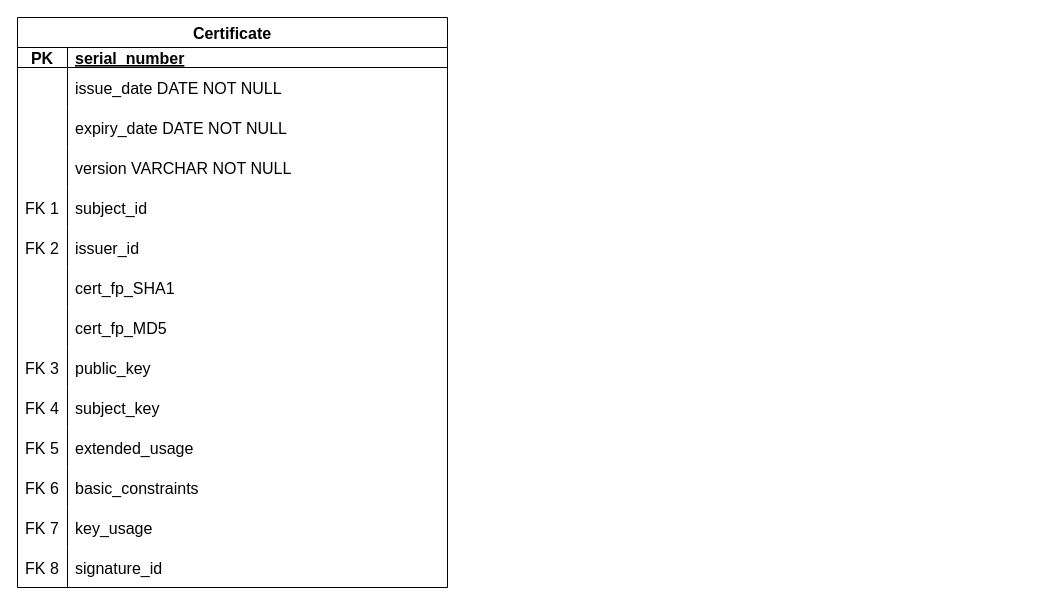
Above: Untitled Diagram.drawio in mimoneysh/DB_Design (draw.io), before the change. Source tidied: cells renumbered, new cells numbered last; positions are measured from the earlier drawing's top-left corner, leaving out a move shared by most shapes. Both pictures are drawn from the tidied source at 100%, with x=0, y=0 at pixel (17, 17).
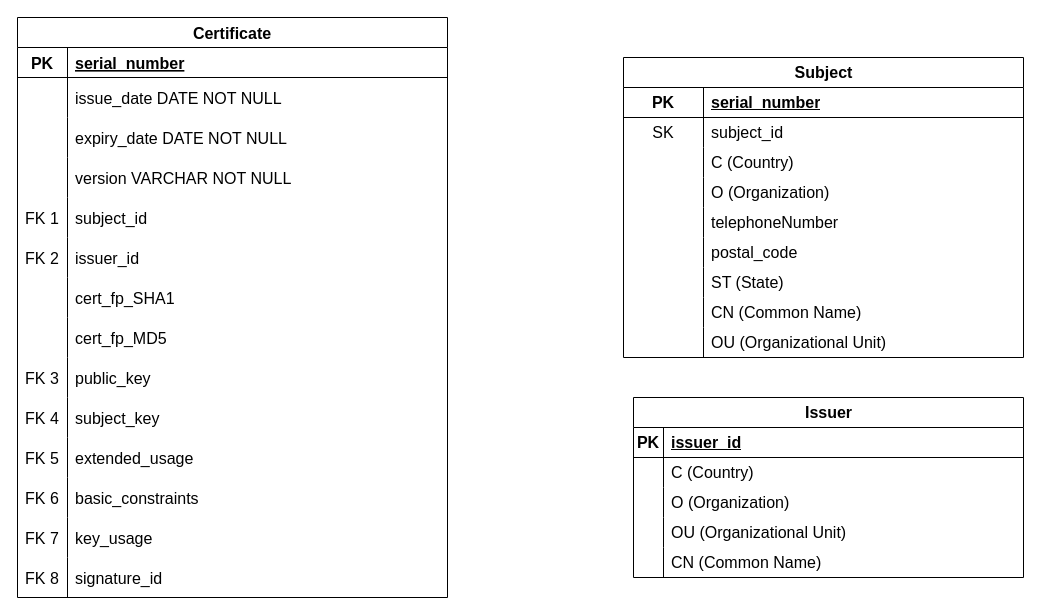
The same diagram, later.

Diff of the diagram source:
```diff
@@
     <mxCell id="2" value="Certificate" style="shape=table;startSize=30;childLayout=tableLayout;rowLines=0;fontStyle=1;align=center;fillColor=none;strokeColor=#000000;fontSize=16;" parent="1" vertex="1">
-      <mxGeometry width="430" height="570" as="geometry" />
+      <mxGeometry width="430" height="580" as="geometry" />
     </mxCell>
     <mxCell id="3" style="shape=partialRectangle;fillColor=none;top=0;left=0;right=0;bottom=1;fontSize=16;" parent="2" vertex="1">
-      <mxGeometry y="30" width="430" height="20" as="geometry" />
+      <mxGeometry y="30" width="430" height="30" as="geometry" />
     </mxCell>
     <mxCell id="4" value="PK" style="shape=partialRectangle;overflow=hidden;fillColor=none;top=0;left=0;bottom=0;right=0;fontStyle=1;fontSize=16;" parent="3" vertex="1">
-      <mxGeometry width="50" height="20" as="geometry" />
+      <mxGeometry width="50" height="30" as="geometry" />
     </mxCell>
     <mxCell id="5" value="serial_number" style="shape=partialRectangle;overflow=hidden;fillColor=none;top=0;left=0;bottom=0;right=0;align=left;spacingLeft=6;fontStyle=5;fontSize=16;" parent="3" vertex="1">
-      <mxGeometry x="50" width="380" height="20" as="geometry" />
+      <mxGeometry x="50" width="380" height="30" as="geometry" />
     </mxCell>
     <mxCell id="6" style="shape=partialRectangle;fillColor=none;top=0;left=0;right=0;bottom=0;fontSize=16;" parent="2" vertex="1">
-      <mxGeometry y="50" width="430" height="40" as="geometry" />
+      <mxGeometry y="60" width="430" height="40" as="geometry" />
     </mxCell>
@@
     <mxCell id="9" style="shape=partialRectangle;fillColor=none;top=0;left=0;right=0;bottom=0;fontSize=16;" parent="2" vertex="1">
-      <mxGeometry y="90" width="430" height="40" as="geometry" />
+      <mxGeometry y="100" width="430" height="40" as="geometry" />
     </mxCell>
@@
     <mxCell id="12" style="shape=partialRectangle;fillColor=none;top=0;left=0;right=0;bottom=0;fontSize=16;" parent="2" vertex="1">
-      <mxGeometry y="130" width="430" height="40" as="geometry" />
+      <mxGeometry y="140" width="430" height="40" as="geometry" />
     </mxCell>
@@
     <mxCell id="15" style="shape=partialRectangle;fillColor=none;top=0;left=0;right=0;bottom=0;fontSize=16;" parent="2" vertex="1">
-      <mxGeometry y="170" width="430" height="40" as="geometry" />
+      <mxGeometry y="180" width="430" height="40" as="geometry" />
     </mxCell>
@@
     <mxCell id="18" style="shape=partialRectangle;fillColor=none;top=0;left=0;right=0;bottom=0;fontSize=16;" parent="2" vertex="1">
-      <mxGeometry y="210" width="430" height="40" as="geometry" />
+      <mxGeometry y="220" width="430" height="40" as="geometry" />
     </mxCell>
@@
     <mxCell id="21" style="shape=partialRectangle;fillColor=none;top=0;left=0;right=0;bottom=0;fontSize=16;" parent="2" vertex="1">
-      <mxGeometry y="250" width="430" height="40" as="geometry" />
+      <mxGeometry y="260" width="430" height="40" as="geometry" />
     </mxCell>
@@
     <mxCell id="24" style="shape=partialRectangle;fillColor=none;top=0;left=0;right=0;bottom=0;fontSize=16;" parent="2" vertex="1">
-      <mxGeometry y="290" width="430" height="40" as="geometry" />
+      <mxGeometry y="300" width="430" height="40" as="geometry" />
     </mxCell>
@@
     <mxCell id="27" style="shape=partialRectangle;fillColor=none;top=0;left=0;right=0;bottom=0;fontSize=16;" parent="2" vertex="1">
-      <mxGeometry y="330" width="430" height="40" as="geometry" />
+      <mxGeometry y="340" width="430" height="40" as="geometry" />
     </mxCell>
@@
     <mxCell id="30" style="shape=partialRectangle;fillColor=none;top=0;left=0;right=0;bottom=0;fontSize=16;" parent="2" vertex="1">
-      <mxGeometry y="370" width="430" height="40" as="geometry" />
+      <mxGeometry y="380" width="430" height="40" as="geometry" />
     </mxCell>
@@
     <mxCell id="33" style="shape=partialRectangle;fillColor=none;top=0;left=0;right=0;bottom=0;fontSize=16;" parent="2" vertex="1">
-      <mxGeometry y="410" width="430" height="40" as="geometry" />
+      <mxGeometry y="420" width="430" height="40" as="geometry" />
     </mxCell>
@@
     <mxCell id="36" style="shape=partialRectangle;fillColor=none;top=0;left=0;right=0;bottom=0;fontSize=16;" parent="2" vertex="1">
-      <mxGeometry y="450" width="430" height="40" as="geometry" />
+      <mxGeometry y="460" width="430" height="40" as="geometry" />
     </mxCell>
@@
     <mxCell id="39" style="shape=partialRectangle;fillColor=none;top=0;left=0;right=0;bottom=0;fontSize=16;" parent="2" vertex="1">
-      <mxGeometry y="490" width="430" height="40" as="geometry" />
+      <mxGeometry y="500" width="430" height="40" as="geometry" />
     </mxCell>
@@
     <mxCell id="42" style="shape=partialRectangle;fillColor=none;top=0;left=0;right=0;bottom=0;fontSize=16;" parent="2" vertex="1">
-      <mxGeometry y="530" width="430" height="40" as="geometry" />
+      <mxGeometry y="540" width="430" height="40" as="geometry" />
     </mxCell>
@@
+    <mxCell id="45" value="Subject" style="shape=table;startSize=30;childLayout=tableLayout;rowLines=0;fontStyle=1;align=center;html=1;fontSize=16;" parent="1" vertex="1">
+      <mxGeometry x="606" y="40" width="400" height="300" as="geometry" />
+    </mxCell>
+    <mxCell id="46" style="shape=tableRow;horizontal=0;startSize=0;swimlaneHead=0;swimlaneBody=0;fillColor=none;top=0;left=0;right=0;bottom=1;fontSize=16;" parent="45" vertex="1">
+      <mxGeometry y="30" width="400" height="30" as="geometry" />
+    </mxCell>
+    <mxCell id="47" value="PK" style="shape=partialRectangle;fillColor=none;top=0;left=0;bottom=0;right=0;fontStyle=1;overflow=hidden;whiteSpace=wrap;html=1;fontSize=16;" parent="46" vertex="1">
+      <mxGeometry width="80" height="30" as="geometry" />
+    </mxCell>
+    <mxCell id="48" value="serial_number" style="shape=partialRectangle;fillColor=none;top=0;left=0;bottom=0;right=0;align=left;spacingLeft=6;fontStyle=5;overflow=hidden;whiteSpace=wrap;html=1;fontSize=16;" parent="46" vertex="1">
+      <mxGeometry x="80" width="320" height="30" as="geometry" />
+    </mxCell>
+    <mxCell id="49" style="shape=tableRow;horizontal=0;startSize=0;swimlaneHead=0;swimlaneBody=0;fillColor=none;top=0;left=0;right=0;bottom=0;fontSize=16;" parent="45" vertex="1">
+      <mxGeometry y="60" width="400" height="30" as="geometry" />
+    </mxCell>
+    <mxCell id="50" value="SK" style="shape=partialRectangle;fillColor=none;top=0;left=0;bottom=0;right=0;overflow=hidden;whiteSpace=wrap;html=1;fontSize=16;" parent="49" vertex="1">
+      <mxGeometry width="80" height="30" as="geometry" />
+    </mxCell>
+    <mxCell id="51" value="subject_id" style="shape=partialRectangle;fillColor=none;top=0;left=0;bottom=0;right=0;align=left;spacingLeft=6;overflow=hidden;whiteSpace=wrap;html=1;fontSize=16;" parent="49" vertex="1">
+      <mxGeometry x="80" width="320" height="30" as="geometry" />
+    </mxCell>
+    <mxCell id="52" style="shape=tableRow;horizontal=0;startSize=0;swimlaneHead=0;swimlaneBody=0;fillColor=none;top=0;left=0;right=0;bottom=0;fontSize=16;" parent="45" vertex="1">
+      <mxGeometry y="90" width="400" height="30" as="geometry" />
+    </mxCell>
+    <mxCell id="53" style="shape=partialRectangle;fillColor=none;top=0;left=0;bottom=0;right=0;overflow=hidden;whiteSpace=wrap;html=1;fontSize=16;" parent="52" vertex="1">
+      <mxGeometry width="80" height="30" as="geometry" />
+    </mxCell>
+    <mxCell id="54" value="C (Country)" style="shape=partialRectangle;fillColor=none;top=0;left=0;bottom=0;right=0;align=left;spacingLeft=6;overflow=hidden;whiteSpace=wrap;html=1;fontSize=16;" parent="52" vertex="1">
+      <mxGeometry x="80" width="320" height="30" as="geometry" />
+    </mxCell>
+    <mxCell id="55" style="shape=tableRow;horizontal=0;startSize=0;swimlaneHead=0;swimlaneBody=0;fillColor=none;top=0;left=0;right=0;bottom=0;fontSize=16;" parent="45" vertex="1">
+      <mxGeometry y="120" width="400" height="30" as="geometry" />
+    </mxCell>
+    <mxCell id="56" style="shape=partialRectangle;fillColor=none;top=0;left=0;bottom=0;right=0;overflow=hidden;whiteSpace=wrap;html=1;fontSize=16;" parent="55" vertex="1">
+      <mxGeometry width="80" height="30" as="geometry" />
+    </mxCell>
+    <mxCell id="57" value="O (Organization)" style="shape=partialRectangle;fillColor=none;top=0;left=0;bottom=0;right=0;align=left;spacingLeft=6;overflow=hidden;whiteSpace=wrap;html=1;fontSize=16;" parent="55" vertex="1">
+      <mxGeometry x="80" width="320" height="30" as="geometry" />
+    </mxCell>
+    <mxCell id="58" style="shape=tableRow;horizontal=0;startSize=0;swimlaneHead=0;swimlaneBody=0;fillColor=none;top=0;left=0;right=0;bottom=0;fontSize=16;" parent="45" vertex="1">
+      <mxGeometry y="150" width="400" height="30" as="geometry" />
+    </mxCell>
+    <mxCell id="59" style="shape=partialRectangle;fillColor=none;top=0;left=0;bottom=0;right=0;overflow=hidden;whiteSpace=wrap;html=1;fontSize=16;" parent="58" vertex="1">
+      <mxGeometry width="80" height="30" as="geometry" />
+    </mxCell>
+    <mxCell id="60" value="telephoneNumber" style="shape=partialRectangle;fillColor=none;top=0;left=0;bottom=0;right=0;align=left;spacingLeft=6;overflow=hidden;whiteSpace=wrap;html=1;fontSize=16;" parent="58" vertex="1">
+      <mxGeometry x="80" width="320" height="30" as="geometry" />
+    </mxCell>
+    <mxCell id="61" style="shape=tableRow;horizontal=0;startSize=0;swimlaneHead=0;swimlaneBody=0;fillColor=none;top=0;left=0;right=0;bottom=0;fontSize=16;" parent="45" vertex="1">
+      <mxGeometry y="180" width="400" height="30" as="geometry" />
+    </mxCell>
+    <mxCell id="62" style="shape=partialRectangle;fillColor=none;top=0;left=0;bottom=0;right=0;overflow=hidden;whiteSpace=wrap;html=1;fontSize=16;" parent="61" vertex="1">
+      <mxGeometry width="80" height="30" as="geometry" />
+    </mxCell>
+    <mxCell id="63" value="postal_code" style="shape=partialRectangle;fillColor=none;top=0;left=0;bottom=0;right=0;align=left;spacingLeft=6;overflow=hidden;whiteSpace=wrap;html=1;fontSize=16;" parent="61" vertex="1">
+      <mxGeometry x="80" width="320" height="30" as="geometry" />
+    </mxCell>
+    <mxCell id="64" style="shape=tableRow;horizontal=0;startSize=0;swimlaneHead=0;swimlaneBody=0;fillColor=none;top=0;left=0;right=0;bottom=0;fontSize=16;" parent="45" vertex="1">
+      <mxGeometry y="210" width="400" height="30" as="geometry" />
+    </mxCell>
+    <mxCell id="65" style="shape=partialRectangle;fillColor=none;top=0;left=0;bottom=0;right=0;overflow=hidden;whiteSpace=wrap;html=1;fontSize=16;" parent="64" vertex="1">
+      <mxGeometry width="80" height="30" as="geometry" />
+    </mxCell>
+    <mxCell id="66" value="ST (State)" style="shape=partialRectangle;fillColor=none;top=0;left=0;bottom=0;right=0;align=left;spacingLeft=6;overflow=hidden;whiteSpace=wrap;html=1;fontSize=16;" parent="64" vertex="1">
+      <mxGeometry x="80" width="320" height="30" as="geometry" />
+    </mxCell>
+    <mxCell id="67" style="shape=tableRow;horizontal=0;startSize=0;swimlaneHead=0;swimlaneBody=0;fillColor=none;top=0;left=0;right=0;bottom=0;fontSize=16;" parent="45" vertex="1">
+      <mxGeometry y="240" width="400" height="30" as="geometry" />
+    </mxCell>
+    <mxCell id="68" style="shape=partialRectangle;fillColor=none;top=0;left=0;bottom=0;right=0;overflow=hidden;whiteSpace=wrap;html=1;fontSize=16;" parent="67" vertex="1">
+      <mxGeometry width="80" height="30" as="geometry" />
+    </mxCell>
+    <mxCell id="69" value="CN (Common Name)" style="shape=partialRectangle;fillColor=none;top=0;left=0;bottom=0;right=0;align=left;spacingLeft=6;overflow=hidden;whiteSpace=wrap;html=1;fontSize=16;" parent="67" vertex="1">
+      <mxGeometry x="80" width="320" height="30" as="geometry" />
+    </mxCell>
+    <mxCell id="70" style="shape=tableRow;horizontal=0;startSize=0;swimlaneHead=0;swimlaneBody=0;fillColor=none;top=0;left=0;right=0;bottom=0;fontSize=16;" parent="45" vertex="1">
+      <mxGeometry y="270" width="400" height="30" as="geometry" />
+    </mxCell>
+    <mxCell id="71" style="shape=partialRectangle;fillColor=none;top=0;left=0;bottom=0;right=0;overflow=hidden;whiteSpace=wrap;html=1;fontSize=16;" parent="70" vertex="1">
+      <mxGeometry width="80" height="30" as="geometry" />
+    </mxCell>
+    <mxCell id="72" value="OU (Organizational Unit)" style="shape=partialRectangle;fillColor=none;top=0;left=0;bottom=0;right=0;align=left;spacingLeft=6;overflow=hidden;whiteSpace=wrap;html=1;fontSize=16;" parent="70" vertex="1">
+      <mxGeometry x="80" width="320" height="30" as="geometry" />
+    </mxCell>
+    <mxCell id="73" value="Issuer" style="shape=table;startSize=30;childLayout=tableLayout;rowLines=0;fontStyle=1;align=center;html=1;fontSize=16;" parent="1" vertex="1">
+      <mxGeometry x="616" y="380" width="390" height="180" as="geometry" />
+    </mxCell>
+    <mxCell id="74" style="shape=tableRow;horizontal=0;startSize=0;swimlaneHead=0;swimlaneBody=0;fillColor=none;top=0;left=0;right=0;bottom=1;fontSize=16;" parent="73" vertex="1">
+      <mxGeometry y="30" width="390" height="30" as="geometry" />
+    </mxCell>
+    <mxCell id="75" value="PK" style="shape=partialRectangle;fillColor=none;top=0;left=0;bottom=0;right=0;fontStyle=1;overflow=hidden;whiteSpace=wrap;html=1;fontSize=16;" parent="74" vertex="1">
+      <mxGeometry width="30" height="30" as="geometry" />
+    </mxCell>
+    <mxCell id="76" value="issuer_id" style="shape=partialRectangle;fillColor=none;top=0;left=0;bottom=0;right=0;align=left;spacingLeft=6;fontStyle=5;overflow=hidden;whiteSpace=wrap;html=1;fontSize=16;" parent="74" vertex="1">
+      <mxGeometry x="30" width="360" height="30" as="geometry" />
+    </mxCell>
+    <mxCell id="77" style="shape=tableRow;horizontal=0;startSize=0;swimlaneHead=0;swimlaneBody=0;fillColor=none;top=0;left=0;right=0;bottom=0;fontSize=16;" parent="73" vertex="1">
+      <mxGeometry y="60" width="390" height="30" as="geometry" />
+    </mxCell>
+    <mxCell id="78" style="shape=partialRectangle;fillColor=none;top=0;left=0;bottom=0;right=0;overflow=hidden;whiteSpace=wrap;html=1;fontSize=16;" parent="77" vertex="1">
+      <mxGeometry width="30" height="30" as="geometry" />
+    </mxCell>
+    <mxCell id="79" value="C (Country)" style="shape=partialRectangle;fillColor=none;top=0;left=0;bottom=0;right=0;align=left;spacingLeft=6;overflow=hidden;whiteSpace=wrap;html=1;fontSize=16;" parent="77" vertex="1">
+      <mxGeometry x="30" width="360" height="30" as="geometry" />
+    </mxCell>
+    <mxCell id="80" style="shape=tableRow;horizontal=0;startSize=0;swimlaneHead=0;swimlaneBody=0;fillColor=none;top=0;left=0;right=0;bottom=0;fontSize=16;" parent="73" vertex="1">
+      <mxGeometry y="90" width="390" height="30" as="geometry" />
+    </mxCell>
+    <mxCell id="81" style="shape=partialRectangle;fillColor=none;top=0;left=0;bottom=0;right=0;overflow=hidden;whiteSpace=wrap;html=1;fontSize=16;" parent="80" vertex="1">
+      <mxGeometry width="30" height="30" as="geometry" />
+    </mxCell>
+    <mxCell id="82" value="O (Organization)" style="shape=partialRectangle;fillColor=none;top=0;left=0;bottom=0;right=0;align=left;spacingLeft=6;overflow=hidden;whiteSpace=wrap;html=1;fontSize=16;" parent="80" vertex="1">
+      <mxGeometry x="30" width="360" height="30" as="geometry" />
+    </mxCell>
+    <mxCell id="83" style="shape=tableRow;horizontal=0;startSize=0;swimlaneHead=0;swimlaneBody=0;fillColor=none;top=0;left=0;right=0;bottom=0;fontSize=16;" parent="73" vertex="1">
+      <mxGeometry y="120" width="390" height="30" as="geometry" />
+    </mxCell>
+    <mxCell id="84" style="shape=partialRectangle;fillColor=none;top=0;left=0;bottom=0;right=0;overflow=hidden;whiteSpace=wrap;html=1;fontSize=16;" parent="83" vertex="1">
+      <mxGeometry width="30" height="30" as="geometry" />
+    </mxCell>
+    <mxCell id="85" value="OU (Organizational Unit)" style="shape=partialRectangle;fillColor=none;top=0;left=0;bottom=0;right=0;align=left;spacingLeft=6;overflow=hidden;whiteSpace=wrap;html=1;fontSize=16;" parent="83" vertex="1">
+      <mxGeometry x="30" width="360" height="30" as="geometry" />
+    </mxCell>
+    <mxCell id="86" style="shape=tableRow;horizontal=0;startSize=0;swimlaneHead=0;swimlaneBody=0;fillColor=none;top=0;left=0;right=0;bottom=0;fontSize=16;" parent="73" vertex="1">
+      <mxGeometry y="150" width="390" height="30" as="geometry" />
+    </mxCell>
+    <mxCell id="87" style="shape=partialRectangle;fillColor=none;top=0;left=0;bottom=0;right=0;overflow=hidden;whiteSpace=wrap;html=1;fontSize=16;" parent="86" vertex="1">
+      <mxGeometry width="30" height="30" as="geometry" />
+    </mxCell>
+    <mxCell id="88" value="CN (Common Name)" style="shape=partialRectangle;fillColor=none;top=0;left=0;bottom=0;right=0;align=left;spacingLeft=6;overflow=hidden;whiteSpace=wrap;html=1;fontSize=16;" parent="86" vertex="1">
+      <mxGeometry x="30" width="360" height="30" as="geometry" />
+    </mxCell>
```
